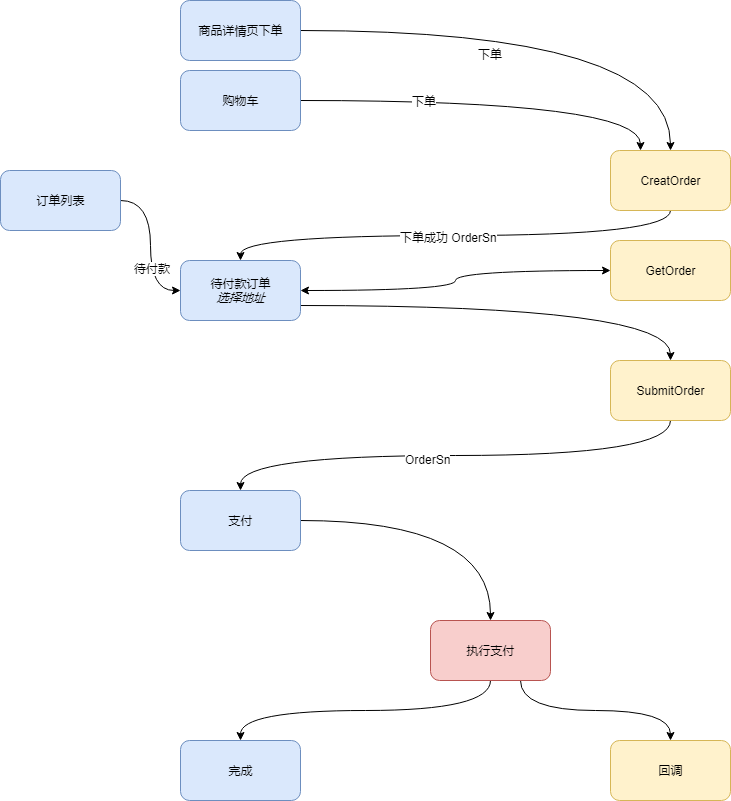
Before: Untitled Diagram.png, a diagram exported from draw.io (xf-yang/test). Source tidied: cells renumbered, new cells last; positions are measured from the earlier drawing's top-left corner, leaving out a move shared by most shapes. Its diagram source:
```xml
<mxGraphModel>
  <root>
    <mxCell id="0" />
    <mxCell id="1" parent="0" />
    <mxCell id="2" style="edgeStyle=orthogonalEdgeStyle;rounded=0;jettySize=auto;html=1;curved=1;entryX=0.25;entryY=0;entryDx=0;entryDy=0;" parent="1" edge="1" source="4" target="7">
      <mxGeometry relative="1" as="geometry" />
    </mxCell>
    <mxCell id="3" value="下单&lt;br&gt;" style="text;html=1;align=center;verticalAlign=middle;labelBackgroundColor=#ffffff;" parent="2" vertex="1">
      <mxGeometry x="-0.37" relative="1" as="geometry" />
    </mxCell>
    <mxCell id="4" value="购物车" style="rounded=1;whiteSpace=wrap;html=1;fillColor=#dae8fc;strokeColor=#6c8ebf;" parent="1" vertex="1">
      <mxGeometry x="180" y="70" width="120" height="60" as="geometry" />
    </mxCell>
    <mxCell id="5" style="edgeStyle=orthogonalEdgeStyle;rounded=0;jettySize=auto;html=1;entryX=0.5;entryY=0;entryDx=0;entryDy=0;curved=1;exitX=0.5;exitY=1;exitDx=0;exitDy=0;" parent="1" edge="1" source="7" target="9">
      <mxGeometry relative="1" as="geometry" />
    </mxCell>
    <mxCell id="6" value="下单成功 OrderSn" style="text;html=1;align=center;verticalAlign=middle;labelBackgroundColor=#ffffff;" parent="5" vertex="1">
      <mxGeometry x="0.03" y="1" relative="1" as="geometry" />
    </mxCell>
    <mxCell id="7" value="&lt;span&gt;CreatOrder&lt;/span&gt;" style="rounded=1;whiteSpace=wrap;html=1;fillColor=#fff2cc;strokeColor=#d6b656;" parent="1" vertex="1">
      <mxGeometry x="610" y="150" width="120" height="60" as="geometry" />
    </mxCell>
    <mxCell id="8" style="edgeStyle=orthogonalEdgeStyle;rounded=0;jettySize=auto;html=1;curved=1;exitX=1;exitY=0.75;exitDx=0;exitDy=0;" parent="1" edge="1" source="9" target="12">
      <mxGeometry relative="1" as="geometry" />
    </mxCell>
    <mxCell id="9" value="&lt;span&gt;待付款订单&lt;/span&gt;&lt;br&gt;&lt;i&gt;选择地址&lt;/i&gt;&lt;br&gt;" style="rounded=1;whiteSpace=wrap;html=1;fillColor=#dae8fc;strokeColor=#6c8ebf;" parent="1" vertex="1">
      <mxGeometry x="180" y="260" width="120" height="60" as="geometry" />
    </mxCell>
    <mxCell id="10" style="edgeStyle=orthogonalEdgeStyle;rounded=0;jettySize=auto;html=1;curved=1;exitX=0.5;exitY=1;exitDx=0;exitDy=0;" parent="1" edge="1" source="12" target="17">
      <mxGeometry relative="1" as="geometry" />
    </mxCell>
    <mxCell id="11" value="OrderSn&lt;br&gt;" style="text;html=1;align=center;verticalAlign=middle;labelBackgroundColor=#ffffff;" parent="10" vertex="1">
      <mxGeometry x="0.11" y="3" relative="1" as="geometry" />
    </mxCell>
    <mxCell id="12" value="SubmitOrder&lt;br&gt;" style="rounded=1;whiteSpace=wrap;html=1;fillColor=#fff2cc;strokeColor=#d6b656;" parent="1" vertex="1">
      <mxGeometry x="610" y="360" width="120" height="60" as="geometry" />
    </mxCell>
    <mxCell id="13" style="edgeStyle=orthogonalEdgeStyle;rounded=0;jettySize=auto;html=1;entryX=0.5;entryY=0;entryDx=0;entryDy=0;curved=1;" parent="1" edge="1" source="15" target="7">
      <mxGeometry relative="1" as="geometry" />
    </mxCell>
    <mxCell id="14" value="下单&lt;br&gt;" style="text;html=1;align=center;verticalAlign=middle;labelBackgroundColor=#ffffff;" parent="13" vertex="1">
      <mxGeometry x="-0.23" y="-23" relative="1" as="geometry" />
    </mxCell>
    <mxCell id="15" value="商品详情页下单&lt;br&gt;" style="rounded=1;whiteSpace=wrap;html=1;fillColor=#dae8fc;strokeColor=#6c8ebf;" parent="1" vertex="1">
      <mxGeometry x="180" width="120" height="60" as="geometry" />
    </mxCell>
    <mxCell id="16" style="edgeStyle=orthogonalEdgeStyle;rounded=0;jettySize=auto;html=1;curved=1;" parent="1" edge="1" source="17" target="20">
      <mxGeometry relative="1" as="geometry" />
    </mxCell>
    <mxCell id="17" value="支付" style="rounded=1;whiteSpace=wrap;html=1;fillColor=#dae8fc;strokeColor=#6c8ebf;" parent="1" vertex="1">
      <mxGeometry x="180" y="490" width="120" height="60" as="geometry" />
    </mxCell>
    <mxCell id="18" style="edgeStyle=orthogonalEdgeStyle;rounded=0;jettySize=auto;html=1;curved=1;exitX=0.5;exitY=1;exitDx=0;exitDy=0;" parent="1" edge="1" source="20" target="22">
      <mxGeometry relative="1" as="geometry" />
    </mxCell>
    <mxCell id="19" style="edgeStyle=orthogonalEdgeStyle;rounded=0;jettySize=auto;html=1;curved=1;exitX=0.75;exitY=1;exitDx=0;exitDy=0;" parent="1" edge="1" source="20" target="21">
      <mxGeometry relative="1" as="geometry" />
    </mxCell>
    <mxCell id="20" value="执行支付" style="rounded=1;whiteSpace=wrap;html=1;fillColor=#f8cecc;strokeColor=#b85450;" parent="1" vertex="1">
      <mxGeometry x="430" y="620" width="120" height="60" as="geometry" />
    </mxCell>
    <mxCell id="21" value="回调&lt;br&gt;" style="rounded=1;whiteSpace=wrap;html=1;fillColor=#fff2cc;strokeColor=#d6b656;" parent="1" vertex="1">
      <mxGeometry x="610" y="740" width="120" height="60" as="geometry" />
    </mxCell>
    <mxCell id="22" value="完成" style="rounded=1;whiteSpace=wrap;html=1;fillColor=#dae8fc;strokeColor=#6c8ebf;" parent="1" vertex="1">
      <mxGeometry x="180" y="740" width="120" height="60" as="geometry" />
    </mxCell>
    <mxCell id="23" value="GetOrder&lt;br&gt;" style="rounded=1;whiteSpace=wrap;html=1;fillColor=#fff2cc;strokeColor=#d6b656;" parent="1" vertex="1">
      <mxGeometry x="610" y="240" width="120" height="60" as="geometry" />
    </mxCell>
    <mxCell id="24" style="edgeStyle=orthogonalEdgeStyle;curved=1;rounded=0;jettySize=auto;html=1;entryX=0;entryY=0.5;entryDx=0;entryDy=0;" parent="1" edge="1" source="26" target="9">
      <mxGeometry relative="1" as="geometry" />
    </mxCell>
    <mxCell id="25" value="待付款&lt;br&gt;" style="text;html=1;align=center;verticalAlign=middle;labelBackgroundColor=#ffffff;" parent="24" vertex="1">
      <mxGeometry x="0.3" y="1" relative="1" as="geometry" />
    </mxCell>
    <mxCell id="26" value="订单列表&lt;br&gt;" style="rounded=1;whiteSpace=wrap;html=1;fillColor=#dae8fc;strokeColor=#6c8ebf;" parent="1" vertex="1">
      <mxGeometry y="170" width="120" height="60" as="geometry" />
    </mxCell>
    <mxCell id="27" style="endArrow=classic;startArrow=classic;html=1;exitX=1;exitY=0.5;exitDx=0;exitDy=0;entryX=0;entryY=0.5;entryDx=0;entryDy=0;edgeStyle=orthogonalEdgeStyle;curved=1;" parent="1" edge="1" source="9" target="23">
      <mxGeometry relative="1" as="geometry" />
    </mxCell>
  </root>
</mxGraphModel>
```
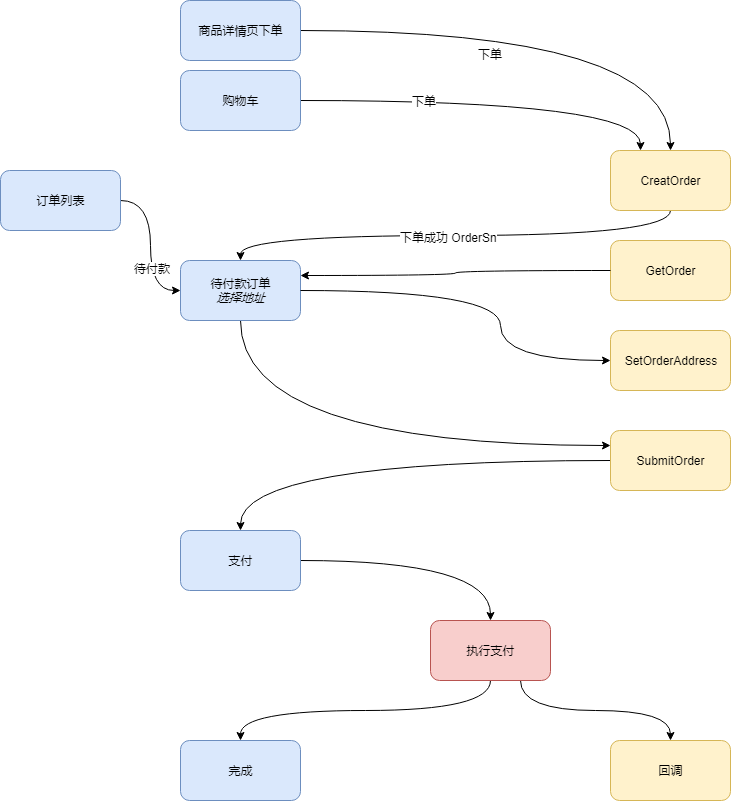
The same file after the commit.

Change to the diagram source:
```diff
@@ -20,20 +20,17 @@
     <mxCell id="7" value="&lt;span&gt;CreatOrder&lt;/span&gt;" style="rounded=1;whiteSpace=wrap;html=1;fillColor=#fff2cc;strokeColor=#d6b656;" parent="1" vertex="1">
       <mxGeometry x="610" y="150" width="120" height="60" as="geometry" />
     </mxCell>
-    <mxCell id="8" style="edgeStyle=orthogonalEdgeStyle;rounded=0;jettySize=auto;html=1;curved=1;exitX=1;exitY=0.75;exitDx=0;exitDy=0;" parent="1" edge="1" source="9" target="12">
+    <mxCell id="8" style="edgeStyle=orthogonalEdgeStyle;rounded=0;jettySize=auto;html=1;curved=1;exitX=0.5;exitY=1;exitDx=0;exitDy=0;entryX=0;entryY=0.25;entryDx=0;entryDy=0;" parent="1" edge="1" source="9" target="12">
       <mxGeometry relative="1" as="geometry" />
     </mxCell>
     <mxCell id="9" value="&lt;span&gt;待付款订单&lt;/span&gt;&lt;br&gt;&lt;i&gt;选择地址&lt;/i&gt;&lt;br&gt;" style="rounded=1;whiteSpace=wrap;html=1;fillColor=#dae8fc;strokeColor=#6c8ebf;" parent="1" vertex="1">
       <mxGeometry x="180" y="260" width="120" height="60" as="geometry" />
     </mxCell>
-    <mxCell id="10" style="edgeStyle=orthogonalEdgeStyle;rounded=0;jettySize=auto;html=1;curved=1;exitX=0.5;exitY=1;exitDx=0;exitDy=0;" parent="1" edge="1" source="12" target="17">
+    <mxCell id="10" style="edgeStyle=orthogonalEdgeStyle;curved=1;rounded=0;jettySize=auto;html=1;endArrow=classic;endFill=1;entryX=0.5;entryY=0;entryDx=0;entryDy=0;" parent="1" edge="1" source="12" target="17">
       <mxGeometry relative="1" as="geometry" />
     </mxCell>
-    <mxCell id="11" value="OrderSn&lt;br&gt;" style="text;html=1;align=center;verticalAlign=middle;labelBackgroundColor=#ffffff;" parent="10" vertex="1">
-      <mxGeometry x="0.11" y="3" relative="1" as="geometry" />
-    </mxCell>
     <mxCell id="12" value="SubmitOrder&lt;br&gt;" style="rounded=1;whiteSpace=wrap;html=1;fillColor=#fff2cc;strokeColor=#d6b656;" parent="1" vertex="1">
-      <mxGeometry x="610" y="360" width="120" height="60" as="geometry" />
+      <mxGeometry x="610" y="430" width="120" height="60" as="geometry" />
     </mxCell>
     <mxCell id="13" style="edgeStyle=orthogonalEdgeStyle;rounded=0;jettySize=auto;html=1;entryX=0.5;entryY=0;entryDx=0;entryDy=0;curved=1;" parent="1" edge="1" source="15" target="7">
       <mxGeometry relative="1" as="geometry" />
@@ -48,7 +45,7 @@
       <mxGeometry relative="1" as="geometry" />
     </mxCell>
     <mxCell id="17" value="支付" style="rounded=1;whiteSpace=wrap;html=1;fillColor=#dae8fc;strokeColor=#6c8ebf;" parent="1" vertex="1">
-      <mxGeometry x="180" y="490" width="120" height="60" as="geometry" />
+      <mxGeometry x="180" y="530" width="120" height="60" as="geometry" />
     </mxCell>
     <mxCell id="18" style="edgeStyle=orthogonalEdgeStyle;rounded=0;jettySize=auto;html=1;curved=1;exitX=0.5;exitY=1;exitDx=0;exitDy=0;" parent="1" edge="1" source="20" target="22">
       <mxGeometry relative="1" as="geometry" />
@@ -77,8 +74,19 @@
     <mxCell id="26" value="订单列表&lt;br&gt;" style="rounded=1;whiteSpace=wrap;html=1;fillColor=#dae8fc;strokeColor=#6c8ebf;" parent="1" vertex="1">
       <mxGeometry y="170" width="120" height="60" as="geometry" />
     </mxCell>
-    <mxCell id="27" style="endArrow=classic;startArrow=classic;html=1;exitX=1;exitY=0.5;exitDx=0;exitDy=0;entryX=0;entryY=0.5;entryDx=0;entryDy=0;edgeStyle=orthogonalEdgeStyle;curved=1;" parent="1" edge="1" source="9" target="23">
+    <mxCell id="27" style="endArrow=none;startArrow=classic;html=1;exitX=1;exitY=0.25;exitDx=0;exitDy=0;entryX=0;entryY=0.5;entryDx=0;entryDy=0;edgeStyle=orthogonalEdgeStyle;curved=1;endFill=0;" parent="1" edge="1" source="9" target="23">
       <mxGeometry relative="1" as="geometry" />
     </mxCell>
+    <mxCell id="28" value="SetOrderAddress&lt;br&gt;" style="rounded=1;whiteSpace=wrap;html=1;fillColor=#fff2cc;strokeColor=#d6b656;" parent="1" vertex="1">
+      <mxGeometry x="610" y="330" width="120" height="60" as="geometry" />
+    </mxCell>
+    <mxCell id="29" style="endArrow=classic;html=1;exitX=1;exitY=0.5;exitDx=0;exitDy=0;entryX=0;entryY=0.5;entryDx=0;entryDy=0;edgeStyle=orthogonalEdgeStyle;curved=1;" parent="1" edge="1" source="9" target="28">
+      <mxGeometry relative="1" as="geometry">
+        <Array as="points">
+          <mxPoint x="500" y="290" />
+          <mxPoint x="500" y="360" />
+        </Array>
+      </mxGeometry>
+    </mxCell>
   </root>
 </mxGraphModel>
```
